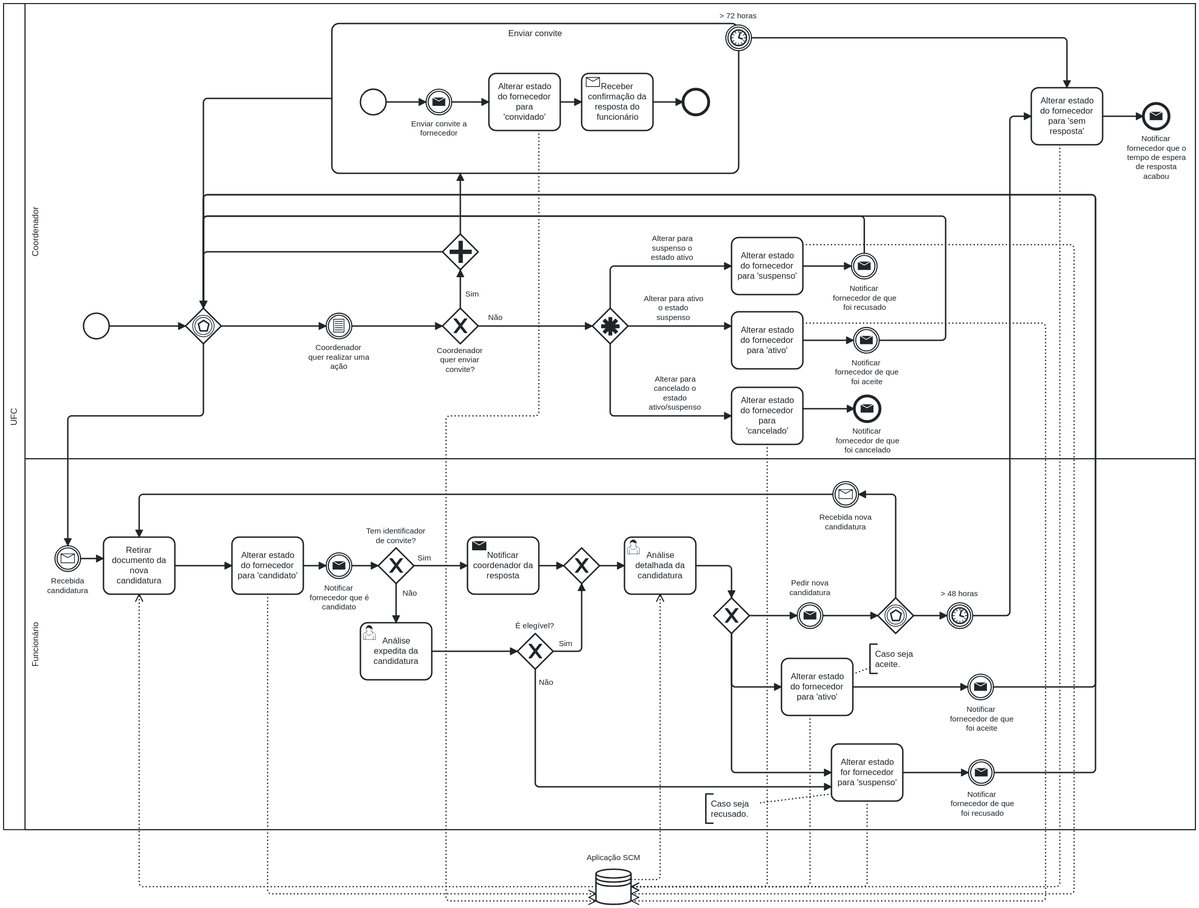
The BPMN diagram reports/assets/p1.svg in iquelli/SuperShop-AMS, before a commit. Its source is kept beside it as models/p1.bpmn. Ids are renumbered.
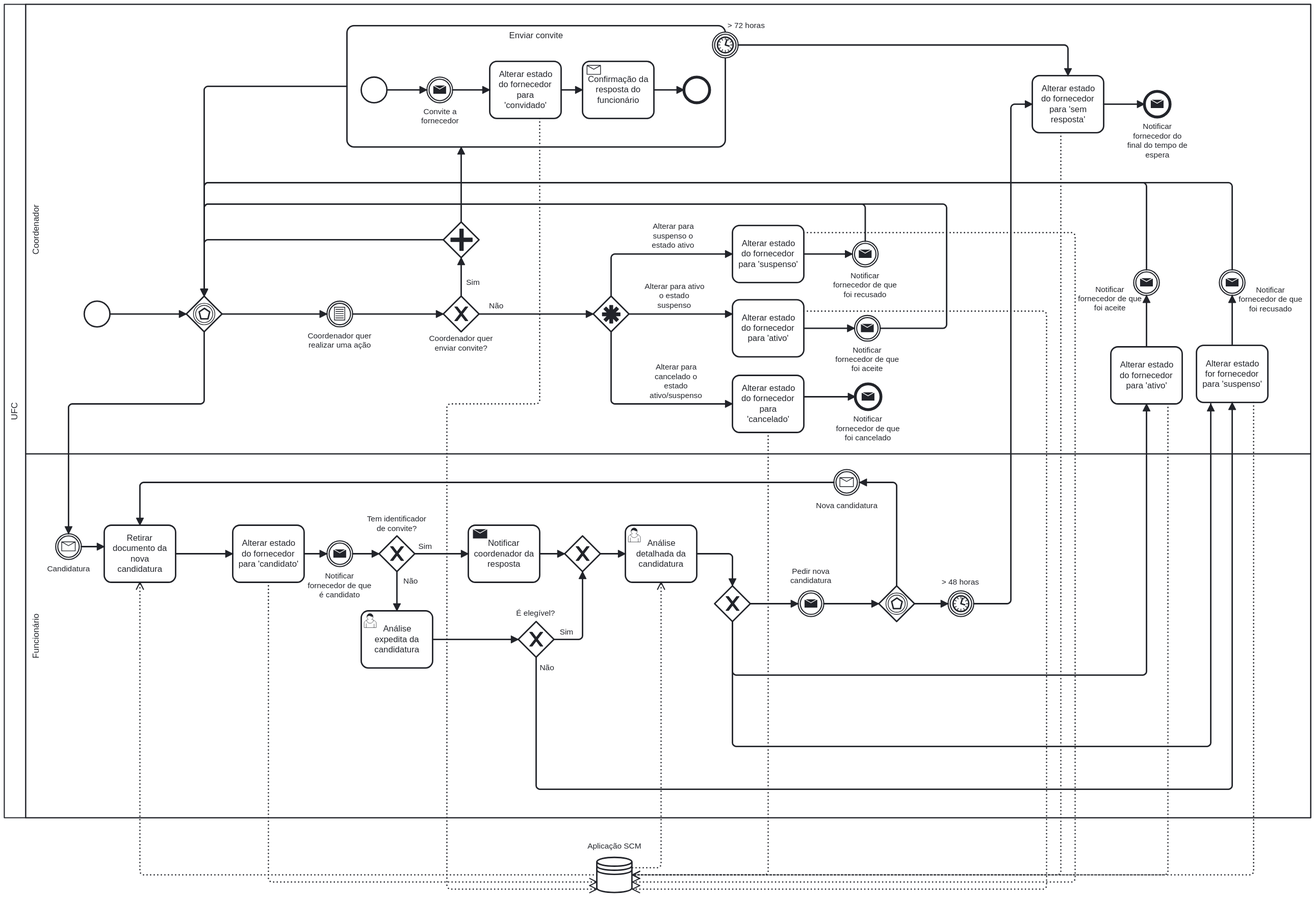
The same file after the commit.

The edit, as a diff of the source:
```diff
@@ -1,2 +1,2 @@
-<bpmn:definitions xmlns:bpmn="http://www.omg.org/spec/BPMN/20100524/MODEL" xmlns:bpmndi="http://www.omg.org/spec/BPMN/20100524/DI" xmlns:dc="http://www.omg.org/spec/DD/20100524/DC" xmlns:camunda="http://camunda.org/schema/1.0/bpmn" xmlns:di="http://www.omg.org/spec/DD/20100524/DI" xmlns:xsi="http://www.w3.org/2001/XMLSchema-instance" xmlns:modeler="http://camunda.org/schema/modeler/1.0" id="Definitions_n1" targetNamespace="http://bpmn.io/schema/bpmn" exporter="Camunda Modeler" exporterVersion="5.17.0" modeler:executionPlatform="Camunda Platform" modeler:executionPlatformVersion="7.20.0">
+<bpmn:definitions xmlns:bpmn="http://www.omg.org/spec/BPMN/20100524/MODEL" xmlns:bpmndi="http://www.omg.org/spec/BPMN/20100524/DI" xmlns:dc="http://www.omg.org/spec/DD/20100524/DC" xmlns:camunda="http://camunda.org/schema/1.0/bpmn" xmlns:di="http://www.omg.org/spec/DD/20100524/DI" xmlns:xsi="http://www.w3.org/2001/XMLSchema-instance" xmlns:modeler="http://camunda.org/schema/modeler/1.0" id="Definitions_n1" targetNamespace="http://bpmn.io/schema/bpmn" exporter="Camunda Modeler" exporterVersion="5.16.0" modeler:executionPlatform="Camunda Platform" modeler:executionPlatformVersion="7.20.0">
   <bpmn:collaboration id="Collaboration_n2">
@@ -10,5 +10,5 @@
         <bpmn:flowNodeRef>Activity_n9</bpmn:flowNodeRef>
-        <bpmn:flowNodeRef>Activity_n10</bpmn:flowNodeRef>
         <bpmn:flowNodeRef>Activity_n11</bpmn:flowNodeRef>
-        <bpmn:flowNodeRef>Activity_n12</bpmn:flowNodeRef>
+        <bpmn:flowNodeRef>Event_n41</bpmn:flowNodeRef>
+        <bpmn:flowNodeRef>Event_n42</bpmn:flowNodeRef>
         <bpmn:flowNodeRef>Event_n13</bpmn:flowNodeRef>
@@ -24,2 +24,4 @@
         <bpmn:flowNodeRef>Gateway_n23</bpmn:flowNodeRef>
+        <bpmn:flowNodeRef>Activity_n10</bpmn:flowNodeRef>
+        <bpmn:flowNodeRef>Activity_n12</bpmn:flowNodeRef>
         <bpmn:flowNodeRef>Event_n24</bpmn:flowNodeRef>
@@ -42,4 +44,2 @@
         <bpmn:flowNodeRef>Activity_n40</bpmn:flowNodeRef>
-        <bpmn:flowNodeRef>Event_n41</bpmn:flowNodeRef>
-        <bpmn:flowNodeRef>Event_n42</bpmn:flowNodeRef>
       </bpmn:lane>
@@ -55,4 +55,4 @@
       <bpmn:outgoing>Flow_n48</bpmn:outgoing>
-      <bpmn:outgoing>Flow_n49</bpmn:outgoing>
-      <bpmn:outgoing>Flow_n50</bpmn:outgoing>
+      <bpmn:outgoing>Flow_n125</bpmn:outgoing>
+      <bpmn:outgoing>Flow_n126</bpmn:outgoing>
     </bpmn:exclusiveGateway>
@@ -94,3 +94,3 @@
       <bpmn:outgoing>Flow_n51</bpmn:outgoing>
-      <bpmn:outgoing>Flow_n63</bpmn:outgoing>
+      <bpmn:outgoing>Flow_n127</bpmn:outgoing>
     </bpmn:exclusiveGateway>
@@ -100,3 +100,3 @@
     </bpmn:userTask>
-    <bpmn:intermediateCatchEvent id="Event_n36" name="Recebida nova candidatura">
+    <bpmn:intermediateCatchEvent id="Event_n36" name="Nova candidatura">
       <bpmn:incoming>Flow_n57</bpmn:incoming>
@@ -126,3 +126,3 @@
     </bpmn:task>
-    <bpmn:intermediateThrowEvent id="Event_n38" name="Notificar fornecedor que é candidato">
+    <bpmn:intermediateThrowEvent id="Event_n38" name="Notificar fornecedor de que é candidato">
       <bpmn:incoming>Flow_n73</bpmn:incoming>
@@ -131,3 +131,3 @@
     </bpmn:intermediateThrowEvent>
-    <bpmn:intermediateCatchEvent id="Event_n39" name="Recebida candidatura">
+    <bpmn:intermediateCatchEvent id="Event_n39" name="Candidatura">
       <bpmn:incoming>Flow_n76</bpmn:incoming>
@@ -151,4 +151,2 @@
     <bpmn:sequenceFlow id="Flow_n48" sourceRef="Gateway_n27" targetRef="Event_n29" />
-    <bpmn:sequenceFlow id="Flow_n49" sourceRef="Gateway_n27" targetRef="Event_n41" />
-    <bpmn:sequenceFlow id="Flow_n50" sourceRef="Gateway_n27" targetRef="Event_n42" />
     <bpmn:sequenceFlow id="Flow_n81" sourceRef="Event_n24" targetRef="Activity_n9" />
@@ -163,3 +161,2 @@
     <bpmn:sequenceFlow id="Flow_n62" sourceRef="Activity_n35" targetRef="Gateway_n34" />
-    <bpmn:sequenceFlow id="Flow_n63" name="Não" sourceRef="Gateway_n34" targetRef="Event_n42" />
     <bpmn:sequenceFlow id="Flow_n83" sourceRef="Event_n18" targetRef="Gateway_n22" />
@@ -171,3 +168,2 @@
     <bpmn:sequenceFlow id="Flow_n70" sourceRef="Activity_n8" targetRef="Event_n21" />
-    <bpmn:sequenceFlow id="Flow_n89" sourceRef="Event_n41" targetRef="Activity_n10" />
     <bpmn:sequenceFlow id="Flow_n76" sourceRef="Gateway_n22" targetRef="Event_n39" />
@@ -207,3 +203,3 @@
       </bpmn:endEvent>
-      <bpmn:intermediateThrowEvent id="Event_n99" name="Enviar convite a fornecedor">
+      <bpmn:intermediateThrowEvent id="Event_n99" name="Convite a fornecedor">
         <bpmn:incoming>Flow_n94</bpmn:incoming>
@@ -213,3 +209,3 @@
       <bpmn:sequenceFlow id="Flow_n96" sourceRef="Event_n99" targetRef="Activity_n95" />
-      <bpmn:receiveTask id="Activity_n100" name="Receber confirmação da resposta do funcionário">
+      <bpmn:receiveTask id="Activity_n100" name="Confirmação da resposta do funcionário">
         <bpmn:incoming>Flow_n97</bpmn:incoming>
@@ -219,7 +215,3 @@
     </bpmn:subProcess>
-    <bpmn:boundaryEvent id="Event_n24" name="&#62; 72 horas" attachedToRef="Activity_n12">
-      <bpmn:outgoing>Flow_n81</bpmn:outgoing>
-      <bpmn:timerEventDefinition id="TimerEventDefinition_n104" />
-    </bpmn:boundaryEvent>
-    <bpmn:endEvent id="Event_n13" name="Notificar fornecedor que o tempo de espera de resposta acabou">
+    <bpmn:endEvent id="Event_n13" name="Notificar fornecedor do final do tempo de espera">
       <bpmn:incoming>Flow_n82</bpmn:incoming>
@@ -278,4 +270,4 @@
       <bpmn:incoming>Flow_n114</bpmn:incoming>
-      <bpmn:incoming>Flow_n115</bpmn:incoming>
-      <bpmn:incoming>Flow_n116</bpmn:incoming>
+      <bpmn:incoming>Flow_n128</bpmn:incoming>
+      <bpmn:incoming>Flow_n129</bpmn:incoming>
       <bpmn:outgoing>Flow_n84</bpmn:outgoing>
@@ -290,18 +282,5 @@
     </bpmn:parallelGateway>
-    <bpmn:intermediateThrowEvent id="Event_n41" name="Notificar fornecedor de que foi aceite">
-      <bpmn:incoming>Flow_n49</bpmn:incoming>
-      <bpmn:outgoing>Flow_n89</bpmn:outgoing>
-      <bpmn:messageEventDefinition id="MessageEventDefinition_n117" />
-    </bpmn:intermediateThrowEvent>
-    <bpmn:intermediateThrowEvent id="Event_n42" name="Notificar fornecedor de que foi recusado">
-      <bpmn:incoming>Flow_n50</bpmn:incoming>
-      <bpmn:incoming>Flow_n63</bpmn:incoming>
-      <bpmn:outgoing>Flow_n118</bpmn:outgoing>
-      <bpmn:messageEventDefinition id="MessageEventDefinition_n119" />
-    </bpmn:intermediateThrowEvent>
-    <bpmn:sequenceFlow id="Flow_n118" sourceRef="Event_n42" targetRef="Activity_n11" />
-    <bpmn:sequenceFlow id="Flow_n115" sourceRef="Activity_n10" targetRef="Gateway_n22" />
     <bpmn:task id="Activity_n10" name="Alterar estado do fornecedor para &#39;ativo&#39;">
-      <bpmn:incoming>Flow_n89</bpmn:incoming>
-      <bpmn:outgoing>Flow_n115</bpmn:outgoing>
+      <bpmn:incoming>Flow_n125</bpmn:incoming>
+      <bpmn:outgoing>Flow_n130</bpmn:outgoing>
       <bpmn:dataOutputAssociation id="DataOutputAssociation_n120">
@@ -311,4 +290,5 @@
     <bpmn:task id="Activity_n11" name="Alterar estado for fornecedor para &#39;suspenso&#39;">
-      <bpmn:incoming>Flow_n118</bpmn:incoming>
-      <bpmn:outgoing>Flow_n116</bpmn:outgoing>
+      <bpmn:incoming>Flow_n127</bpmn:incoming>
+      <bpmn:incoming>Flow_n126</bpmn:incoming>
+      <bpmn:outgoing>Flow_n131</bpmn:outgoing>
       <bpmn:dataOutputAssociation id="DataOutputAssociation_n121">
@@ -317,3 +297,23 @@
     </bpmn:task>
-    <bpmn:sequenceFlow id="Flow_n116" sourceRef="Activity_n11" targetRef="Gateway_n22" />
+    <bpmn:intermediateThrowEvent id="Event_n41" name="Notificar fornecedor de que foi aceite">
+      <bpmn:incoming>Flow_n130</bpmn:incoming>
+      <bpmn:outgoing>Flow_n128</bpmn:outgoing>
+      <bpmn:messageEventDefinition id="MessageEventDefinition_n117" />
+    </bpmn:intermediateThrowEvent>
+    <bpmn:sequenceFlow id="Flow_n128" sourceRef="Event_n41" targetRef="Gateway_n22" />
+    <bpmn:sequenceFlow id="Flow_n125" sourceRef="Gateway_n27" targetRef="Activity_n10" />
+    <bpmn:sequenceFlow id="Flow_n130" sourceRef="Activity_n10" targetRef="Event_n41" />
+    <bpmn:intermediateThrowEvent id="Event_n42" name="Notificar fornecedor de que foi recusado">
+      <bpmn:incoming>Flow_n131</bpmn:incoming>
+      <bpmn:outgoing>Flow_n129</bpmn:outgoing>
+      <bpmn:messageEventDefinition id="MessageEventDefinition_n119" />
+    </bpmn:intermediateThrowEvent>
+    <bpmn:sequenceFlow id="Flow_n129" sourceRef="Event_n42" targetRef="Gateway_n22" />
+    <bpmn:sequenceFlow id="Flow_n127" name="Não" sourceRef="Gateway_n34" targetRef="Activity_n11" />
+    <bpmn:sequenceFlow id="Flow_n126" sourceRef="Gateway_n27" targetRef="Activity_n11" />
+    <bpmn:sequenceFlow id="Flow_n131" sourceRef="Activity_n11" targetRef="Event_n42" />
+    <bpmn:boundaryEvent id="Event_n24" name="&#62; 72 horas" attachedToRef="Activity_n12">
+      <bpmn:outgoing>Flow_n81</bpmn:outgoing>
+      <bpmn:timerEventDefinition id="TimerEventDefinition_n104" />
+    </bpmn:boundaryEvent>
   </bpmn:process>
@@ -322,3 +322,3 @@
       <bpmndi:BPMNShape id="Participant_n3_di" bpmnElement="Participant_n3" isHorizontal="true">
-        <dc:Bounds x="160" y="70" width="1810" height="1170" />
+        <dc:Bounds x="160" y="100" width="1830" height="1140" />
         <bpmndi:BPMNLabel />
@@ -326,3 +326,3 @@
       <bpmndi:BPMNShape id="Lane_n25_di" bpmnElement="Lane_n25" isHorizontal="true">
-        <dc:Bounds x="190" y="730" width="1780" height="510" />
+        <dc:Bounds x="190" y="730" width="1800" height="510" />
         <bpmndi:BPMNLabel />
@@ -330,3 +330,3 @@
       <bpmndi:BPMNShape id="Lane_n6_di" bpmnElement="Lane_n6" isHorizontal="true">
-        <dc:Bounds x="190" y="70" width="1780" height="660" />
+        <dc:Bounds x="190" y="100" width="1800" height="630" />
         <bpmndi:BPMNLabel />
@@ -371,3 +371,3 @@
         <bpmndi:BPMNLabel>
-          <dc:Bounds x="877" y="948" width="55" height="14" />
+          <dc:Bounds x="877" y="947" width="55" height="14" />
         </bpmndi:BPMNLabel>
@@ -381,3 +381,3 @@
         <bpmndi:BPMNLabel>
-          <dc:Bounds x="1303" y="795.5" width="74" height="27" />
+          <dc:Bounds x="1297" y="796" width="87" height="14" />
         </bpmndi:BPMNLabel>
@@ -399,3 +399,3 @@
         <bpmndi:BPMNLabel>
-          <dc:Bounds x="588" y="895" width="84" height="40" />
+          <dc:Bounds x="585" y="895" width="90" height="40" />
         </bpmndi:BPMNLabel>
@@ -405,3 +405,3 @@
         <bpmndi:BPMNLabel>
-          <dc:Bounds x="221" y="885" width="58" height="27" />
+          <dc:Bounds x="220" y="885" width="60" height="14" />
         </bpmndi:BPMNLabel>
@@ -416,6 +416,10 @@
       </bpmndi:BPMNShape>
+      <bpmndi:BPMNShape id="Activity_n11_di" bpmnElement="Activity_n11">
+        <dc:Bounds x="1830" y="578" width="100" height="80" />
+        <bpmndi:BPMNLabel />
+      </bpmndi:BPMNShape>
       <bpmndi:BPMNShape id="Event_n41_di" bpmnElement="Event_n41">
-        <dc:Bounds x="1272" y="1022" width="36" height="36" />
-        <bpmndi:BPMNLabel>
-          <dc:Bounds x="1247" y="1065" width="89" height="40" />
+        <dc:Bounds x="1742" y="472" width="36" height="36" />
+        <bpmndi:BPMNLabel>
+          <dc:Bounds x="1664" y="493" width="90" height="40" />
         </bpmndi:BPMNLabel>
@@ -423,17 +427,9 @@
       <bpmndi:BPMNShape id="Event_n42_di" bpmnElement="Event_n42">
-        <dc:Bounds x="1272" y="1142" width="36" height="36" />
-        <bpmndi:BPMNLabel>
-          <dc:Bounds x="1247" y="1184" width="89" height="40" />
-        </bpmndi:BPMNLabel>
-      </bpmndi:BPMNShape>
-      <bpmndi:BPMNShape id="Activity_n10_di" bpmnElement="Activity_n10">
-        <dc:Bounds x="1710" y="580" width="100" height="80" />
-        <bpmndi:BPMNLabel />
-      </bpmndi:BPMNShape>
-      <bpmndi:BPMNShape id="Activity_n11_di" bpmnElement="Activity_n11">
-        <dc:Bounds x="1830" y="420" width="100" height="80" />
-        <bpmndi:BPMNLabel />
+        <dc:Bounds x="1862" y="472" width="36" height="36" />
+        <bpmndi:BPMNLabel>
+          <dc:Bounds x="1889" y="494" width="90" height="40" />
+        </bpmndi:BPMNLabel>
       </bpmndi:BPMNShape>
       <bpmndi:BPMNShape id="Activity_n12_di" bpmnElement="Activity_n12" isExpanded="true">
-        <dc:Bounds x="620" y="110" width="570" height="210" />
+        <dc:Bounds x="640" y="130" width="530" height="170" />
         <bpmndi:BPMNLabel />
@@ -453,3 +449,3 @@
         <bpmndi:BPMNLabel>
-          <dc:Bounds x="731" y="244" width="79" height="27" />
+          <dc:Bounds x="744" y="244" width="53" height="27" />
         </bpmndi:BPMNLabel>
@@ -479,3 +475,3 @@
         <bpmndi:BPMNLabel>
-          <dc:Bounds x="1733" y="265" width="84" height="66" />
+          <dc:Bounds x="1733" y="265" width="85" height="53" />
         </bpmndi:BPMNLabel>
@@ -513,3 +509,3 @@
         <bpmndi:BPMNLabel>
-          <dc:Bounds x="1324" y="579" width="90" height="40" />
+          <dc:Bounds x="1324" y="578" width="90" height="40" />
         </bpmndi:BPMNLabel>
@@ -519,3 +515,3 @@
         <bpmndi:BPMNLabel>
-          <dc:Bounds x="1321" y="475" width="90" height="40" />
+          <dc:Bounds x="1321" y="474" width="90" height="40" />
         </bpmndi:BPMNLabel>
@@ -528,6 +524,10 @@
       </bpmndi:BPMNShape>
+      <bpmndi:BPMNShape id="Activity_n10_di" bpmnElement="Activity_n10">
+        <dc:Bounds x="1710" y="580" width="100" height="80" />
+        <bpmndi:BPMNLabel />
+      </bpmndi:BPMNShape>
       <bpmndi:BPMNShape id="Event_0krmzdb_di" bpmnElement="Event_n24">
-        <dc:Bounds x="1172" y="112" width="36" height="36" />
-        <bpmndi:BPMNLabel>
-          <dc:Bounds x="1163" y="93" width="53" height="14" />
+        <dc:Bounds x="1152" y="139" width="36" height="36" />
+        <bpmndi:BPMNLabel>
+          <dc:Bounds x="1173" y="123" width="53" height="14" />
         </bpmndi:BPMNLabel>
@@ -561,15 +561,5 @@
       </bpmndi:BPMNEdge>
-      <bpmndi:BPMNEdge id="Flow_n49_di" bpmnElement="Flow_n49">
-        <di:waypoint x="1180" y="965" />
-        <di:waypoint x="1180" y="1040" />
-        <di:waypoint x="1272" y="1040" />
-      </bpmndi:BPMNEdge>
-      <bpmndi:BPMNEdge id="Flow_n50_di" bpmnElement="Flow_n50">
-        <di:waypoint x="1180" y="965" />
-        <di:waypoint x="1180" y="1160" />
-        <di:waypoint x="1272" y="1160" />
-      </bpmndi:BPMNEdge>
       <bpmndi:BPMNEdge id="Flow_n81_di" bpmnElement="Flow_n81">
-        <di:waypoint x="1208" y="130" />
-        <di:waypoint x="1650" y="130" />
+        <di:waypoint x="1188" y="157" />
+        <di:waypoint x="1650" y="157" />
         <di:waypoint x="1650" y="200" />
@@ -619,10 +609,2 @@
       </bpmndi:BPMNEdge>
-      <bpmndi:BPMNEdge id="Flow_n63_di" bpmnElement="Flow_n63">
-        <di:waypoint x="905" y="1015" />
-        <di:waypoint x="905" y="1160" />
-        <di:waypoint x="1272" y="1160" />
-        <bpmndi:BPMNLabel>
-          <dc:Bounds x="910" y="1025" width="21" height="14" />
-        </bpmndi:BPMNLabel>
-      </bpmndi:BPMNEdge>
       <bpmndi:BPMNEdge id="Flow_n83_di" bpmnElement="Flow_n83">
@@ -654,3 +636,3 @@
       <bpmndi:BPMNEdge id="Flow_n88_di" bpmnElement="Flow_n88">
-        <di:waypoint x="620" y="215" />
+        <di:waypoint x="640" y="215" />
         <di:waypoint x="440" y="215" />
@@ -661,7 +643,2 @@
         <di:waypoint x="1348" y="450" />
-      </bpmndi:BPMNEdge>
-      <bpmndi:BPMNEdge id="Flow_n89_di" bpmnElement="Flow_n89">
-        <di:waypoint x="1308" y="1040" />
-        <di:waypoint x="1760" y="1040" />
-        <di:waypoint x="1760" y="660" />
       </bpmndi:BPMNEdge>
@@ -741,11 +718,6 @@
         <di:waypoint x="800" y="405" />
-        <di:waypoint x="800" y="320" />
-      </bpmndi:BPMNEdge>
-      <bpmndi:BPMNEdge id="Flow_n118_di" bpmnElement="Flow_n118">
-        <di:waypoint x="1308" y="1160" />
-        <di:waypoint x="1880" y="1160" />
-        <di:waypoint x="1880" y="500" />
-      </bpmndi:BPMNEdge>
-      <bpmndi:BPMNEdge id="Flow_n115_di" bpmnElement="Flow_n115">
-        <di:waypoint x="1760" y="580" />
+        <di:waypoint x="800" y="300" />
+      </bpmndi:BPMNEdge>
+      <bpmndi:BPMNEdge id="Flow_n128_di" bpmnElement="Flow_n128">
+        <di:waypoint x="1760" y="472" />
         <di:waypoint x="1760" y="350" />
@@ -754,4 +726,14 @@
       </bpmndi:BPMNEdge>
-      <bpmndi:BPMNEdge id="Flow_n116_di" bpmnElement="Flow_n116">
-        <di:waypoint x="1880" y="420" />
+      <bpmndi:BPMNEdge id="Flow_n125_di" bpmnElement="Flow_n125">
+        <di:waypoint x="1180" y="965" />
+        <di:waypoint x="1180" y="1040" />
+        <di:waypoint x="1760" y="1040" />
+        <di:waypoint x="1760" y="660" />
+      </bpmndi:BPMNEdge>
+      <bpmndi:BPMNEdge id="Flow_n130_di" bpmnElement="Flow_n130">
+        <di:waypoint x="1760" y="580" />
+        <di:waypoint x="1760" y="508" />
+      </bpmndi:BPMNEdge>
+      <bpmndi:BPMNEdge id="Flow_n129_di" bpmnElement="Flow_n129">
+        <di:waypoint x="1880" y="472" />
         <di:waypoint x="1880" y="350" />
@@ -759,2 +741,21 @@
         <di:waypoint x="440" y="509" />
+      </bpmndi:BPMNEdge>
+      <bpmndi:BPMNEdge id="Flow_n127_di" bpmnElement="Flow_n127">
+        <di:waypoint x="905" y="1015" />
+        <di:waypoint x="905" y="1200" />
+        <di:waypoint x="1880" y="1200" />
+        <di:waypoint x="1880" y="658" />
+        <bpmndi:BPMNLabel>
+          <dc:Bounds x="910" y="1023" width="21" height="14" />
+        </bpmndi:BPMNLabel>
+      </bpmndi:BPMNEdge>
+      <bpmndi:BPMNEdge id="Flow_n126_di" bpmnElement="Flow_n126">
+        <di:waypoint x="1180" y="965" />
+        <di:waypoint x="1180" y="1140" />
+        <di:waypoint x="1850" y="1140" />
+        <di:waypoint x="1850" y="660" />
+      </bpmndi:BPMNEdge>
+      <bpmndi:BPMNEdge id="Flow_n131_di" bpmnElement="Flow_n131">
+        <di:waypoint x="1880" y="578" />
+        <di:waypoint x="1880" y="508" />
       </bpmndi:BPMNEdge>
@@ -791,12 +792,2 @@
         <di:waypoint x="350" y="910" />
-      </bpmndi:BPMNEdge>
-      <bpmndi:BPMNEdge id="DataOutputAssociation_n120_di" bpmnElement="DataOutputAssociation_n120">
-        <di:waypoint x="1790" y="660" />
-        <di:waypoint x="1790" y="1320" />
-        <di:waypoint x="1040" y="1320" />
-      </bpmndi:BPMNEdge>
-      <bpmndi:BPMNEdge id="DataOutputAssociation_n121_di" bpmnElement="DataOutputAssociation_n121">
-        <di:waypoint x="1910" y="500" />
-        <di:waypoint x="1910" y="1320" />
-        <di:waypoint x="1040" y="1320" />
       </bpmndi:BPMNEdge>
@@ -822,2 +813,12 @@
       </bpmndi:BPMNEdge>
+      <bpmndi:BPMNEdge id="DataOutputAssociation_n120_di" bpmnElement="DataOutputAssociation_n120">
+        <di:waypoint x="1790" y="660" />
+        <di:waypoint x="1790" y="1320" />
+        <di:waypoint x="1040" y="1320" />
+      </bpmndi:BPMNEdge>
+      <bpmndi:BPMNEdge id="DataOutputAssociation_n121_di" bpmnElement="DataOutputAssociation_n121">
+        <di:waypoint x="1910" y="658" />
+        <di:waypoint x="1910" y="1320" />
+        <di:waypoint x="1040" y="1320" />
+      </bpmndi:BPMNEdge>
     </bpmndi:BPMNPlane>
```
